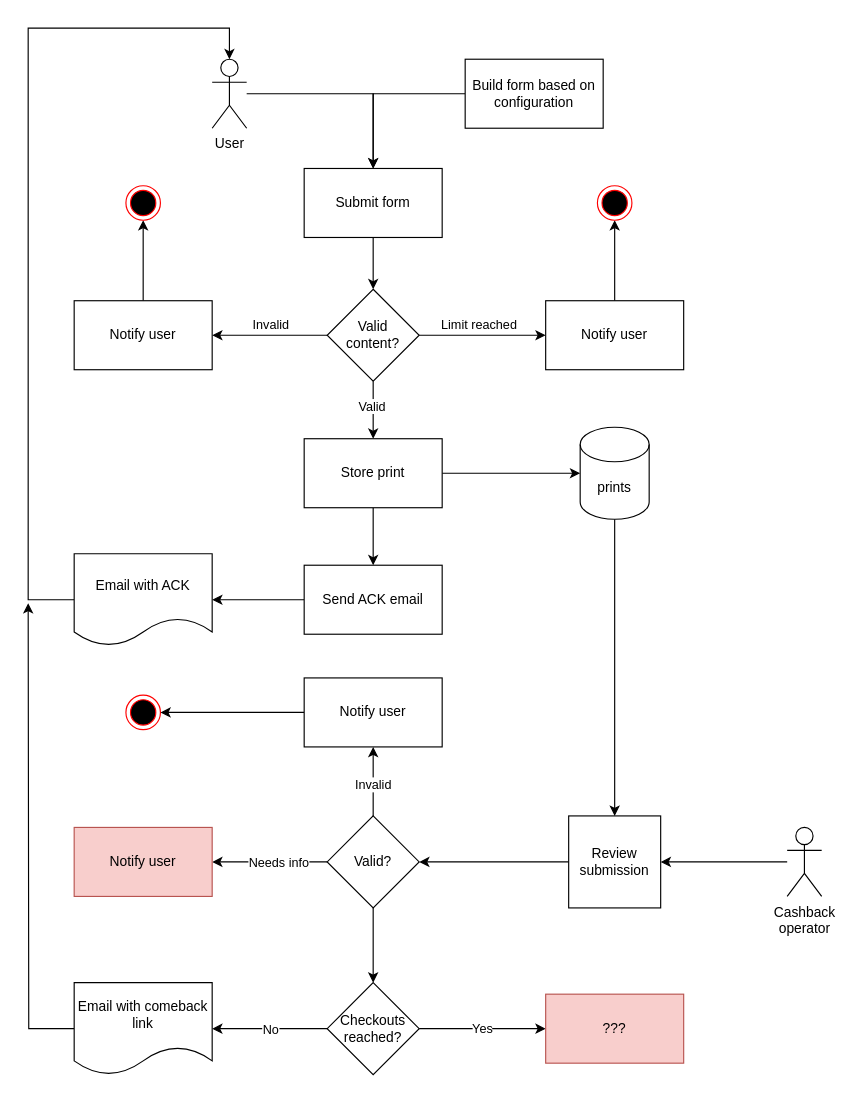
Earlier version of the draw.io diagram loyalty/User Flow.drawio (valassis-fcalle/diagramas.net). Source tidied: cells renumbered, new cells numbered last; positions are measured from the earlier drawing's top-left corner, leaving out a move shared by most shapes. Both pictures are drawn from the tidied source at 115%, with x=0, y=0 at pixel (28, 28).
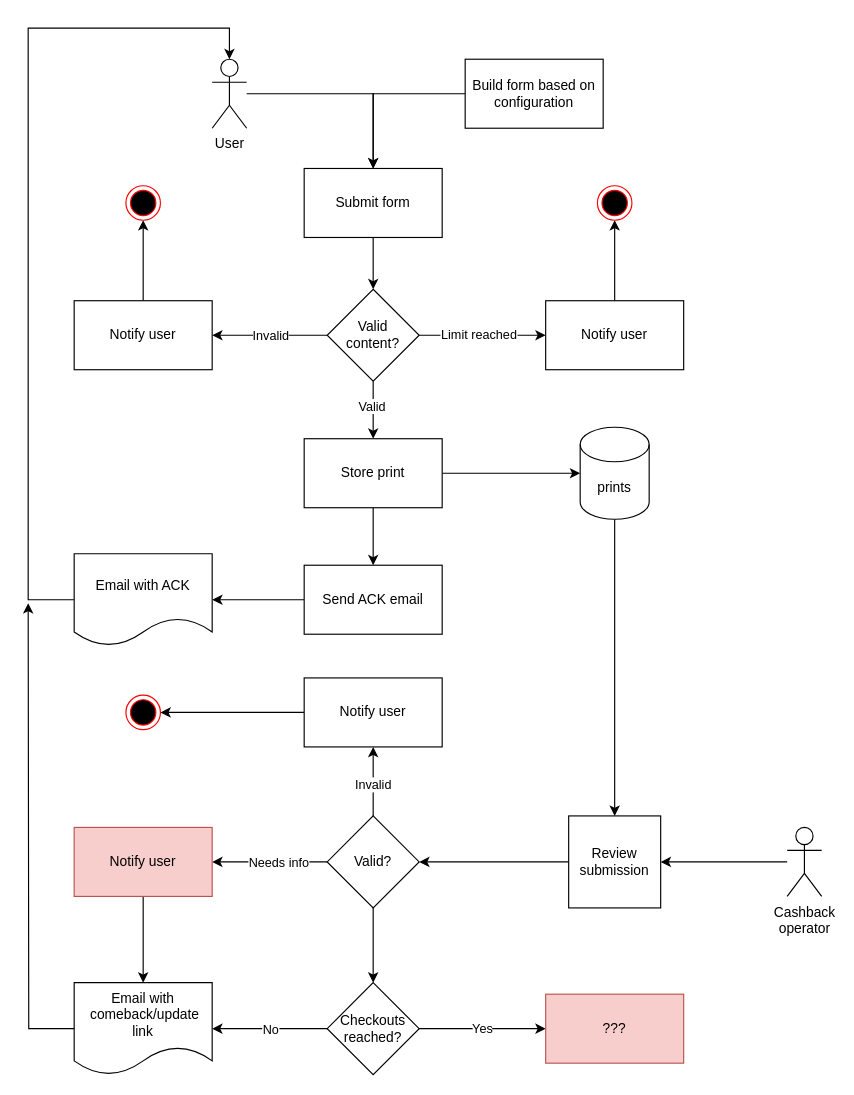
The same page after the edit.

Unchanged cells that the change refers to:
```xml
<mxCell id="4" style="edgeStyle=orthogonalEdgeStyle;rounded=0;jettySize=auto;html=1;exitX=0;exitY=0.5;exitDx=0;exitDy=0;entryX=1;entryY=0.5;entryDx=0;entryDy=0;" parent="1" edge="1" source="10" target="12">
  <mxGeometry relative="1" as="geometry" />
</mxCell>
<mxCell id="6" style="edgeStyle=orthogonalEdgeStyle;rounded=0;jettySize=auto;html=1;entryX=0;entryY=0.5;entryDx=0;entryDy=0;" parent="1" edge="1" source="10" target="15">
  <mxGeometry relative="1" as="geometry" />
</mxCell>
<mxCell id="41" value="Notify user" style="rounded=0;whiteSpace=wrap;html=1;fillColor=#f8cecc;strokeColor=#b85450;" parent="1" vertex="1">
  <mxGeometry x="40" y="695" width="120" height="60" as="geometry" />
</mxCell>
```

What changed in the source:
```diff
@@
     <mxCell id="5" value="Invalid" style="edgeLabel;html=1;align=center;verticalAlign=middle;" parent="4" vertex="1">
       <mxGeometry y="2" relative="1" as="geometry">
-        <mxPoint y="-12" as="offset" />
+        <mxPoint y="-2" as="offset" />
       </mxGeometry>
     </mxCell>
@@
     <mxCell id="7" value="Limit reached" style="edgeLabel;html=1;align=center;verticalAlign=middle;" parent="6" vertex="1">
-      <mxGeometry x="-0.07" y="1" relative="1" as="geometry">
-        <mxPoint y="-9" as="offset" />
-      </mxGeometry>
+      <mxGeometry x="-0.07" y="1" relative="1" as="geometry" />
     </mxCell>
@@
+    <mxCell id="51" style="edgeStyle=orthogonalEdgeStyle;rounded=0;jettySize=auto;html=1;entryX=0.5;entryY=0;entryDx=0;entryDy=0;" parent="1" edge="1" source="41" target="43">
+      <mxGeometry relative="1" as="geometry" />
+    </mxCell>
@@
-    <mxCell id="43" value="Email with comeback link" style="shape=document;whiteSpace=wrap;html=1;boundedLbl=1;" parent="1" vertex="1">
+    <mxCell id="43" value="Email with&lt;br&gt;&amp;nbsp;comeback/update&lt;br&gt;link" style="shape=document;whiteSpace=wrap;html=1;boundedLbl=1;" parent="1" vertex="1">
       <mxGeometry x="40" y="830" width="120" height="80" as="geometry" />
     </mxCell>
```
